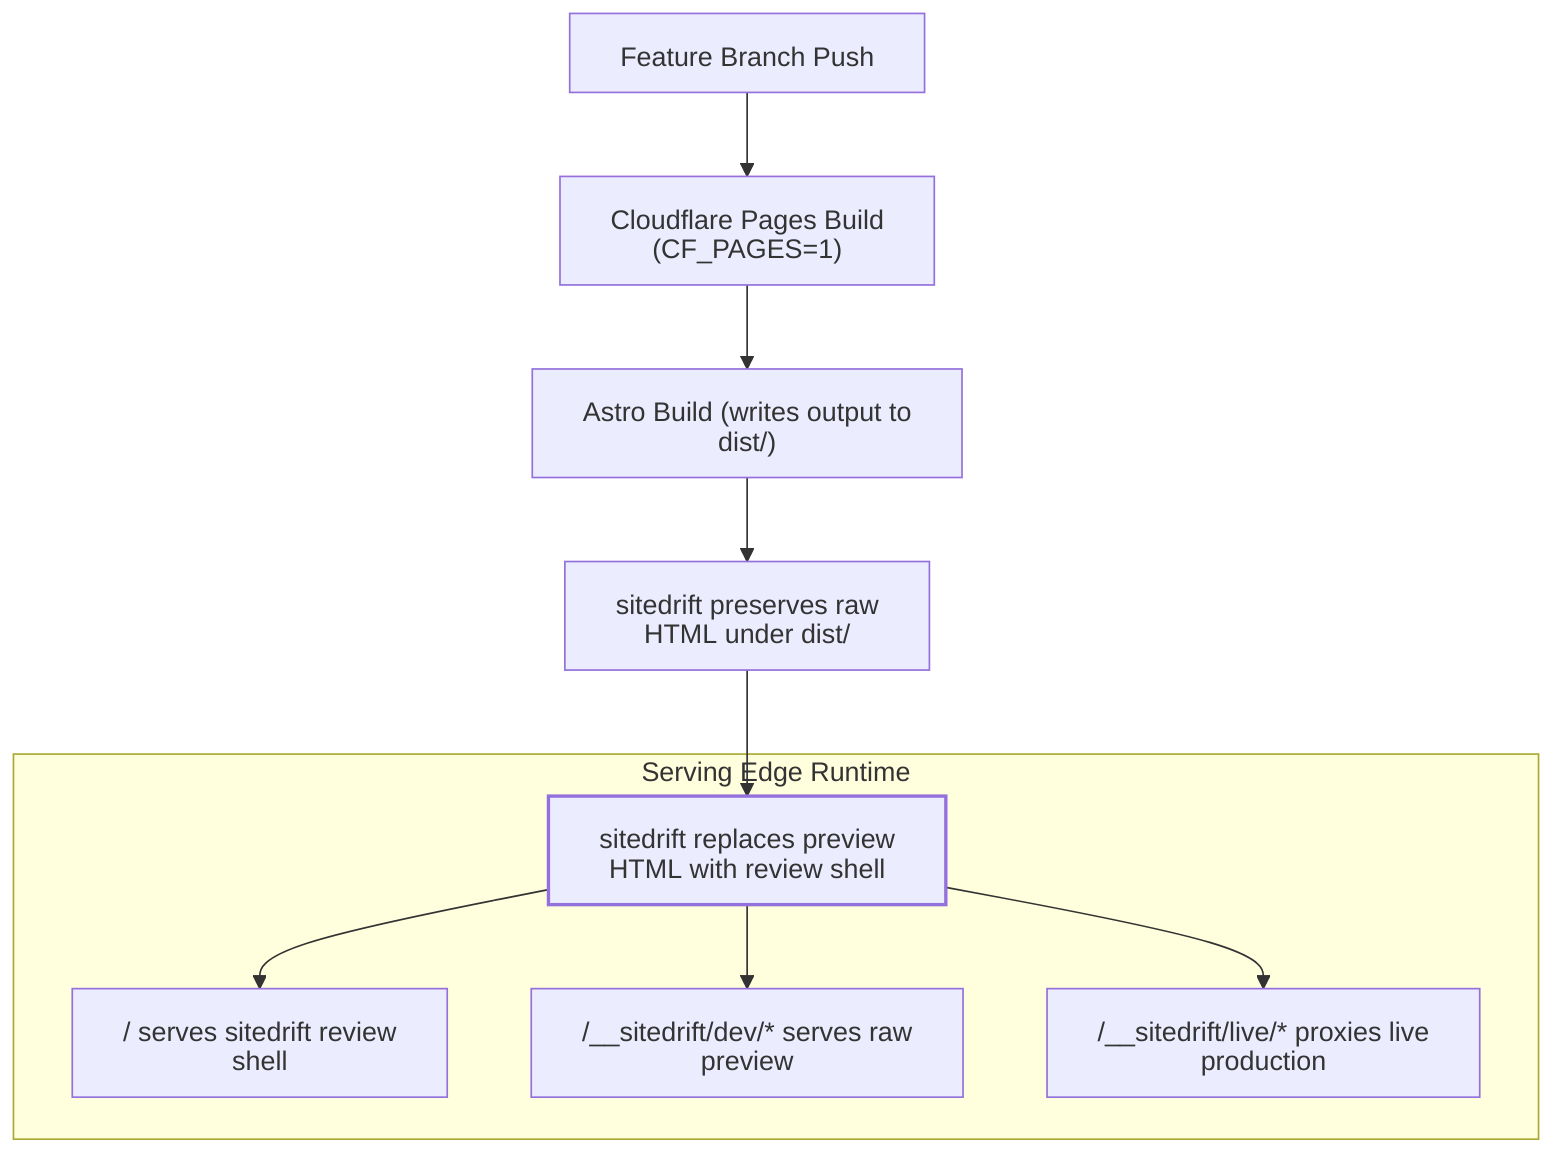
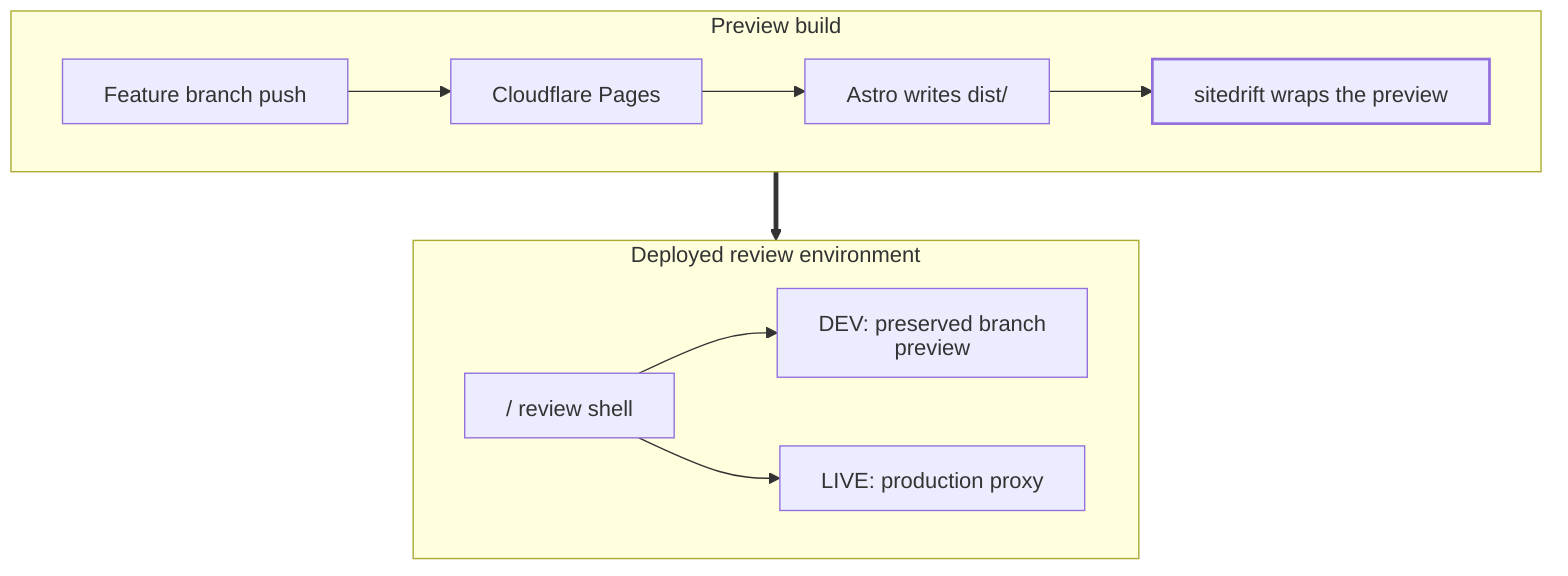
%%{init: { "htmlLabels": false } }%%
- graph TD
-     Push["Feature Branch Push"] --> CF["Cloudflare Pages Build (CF_PAGES=1)"]
-     CF --> Astro["Astro Build (writes output to dist/)"]
-     Astro --> SD_Preserve["sitedrift preserves raw HTML under dist/"]
-     SD_Preserve --> SD_Replace["sitedrift replaces preview HTML with review shell"]
- 
-     subgraph Serving Edge Runtime
-         SD_Replace --> Edge_Shell["/ serves sitedrift review shell"]
-         SD_Replace --> Edge_Dev["/__sitedrift/dev/* serves raw preview"]
-         SD_Replace --> Edge_Live["/__sitedrift/live/* proxies live production"]
+ flowchart TB
+     subgraph Build["Preview build"]
+         direction LR
+         Push["Feature branch push"] --> CF["Cloudflare Pages"]
+         CF --> Astro["Astro writes dist/"]
+         Astro --> Wrap["sitedrift wraps the preview"]
    end

-     %% the transform hub every serving route fans out from
+     subgraph Review["Deployed review environment"]
+         direction LR
+         Shell["/ review shell"]
+         Shell --> Dev["DEV: preserved branch preview"]
+         Shell --> Live["LIVE: production proxy"]
+     end
+ 
+     Wrap ==> Shell
+ 
+     %% the transform pivot — styled by .anchor in the shared theme
    classDef anchor stroke-width:2px;
-     class SD_Replace anchor;
+     class Wrap anchor;
